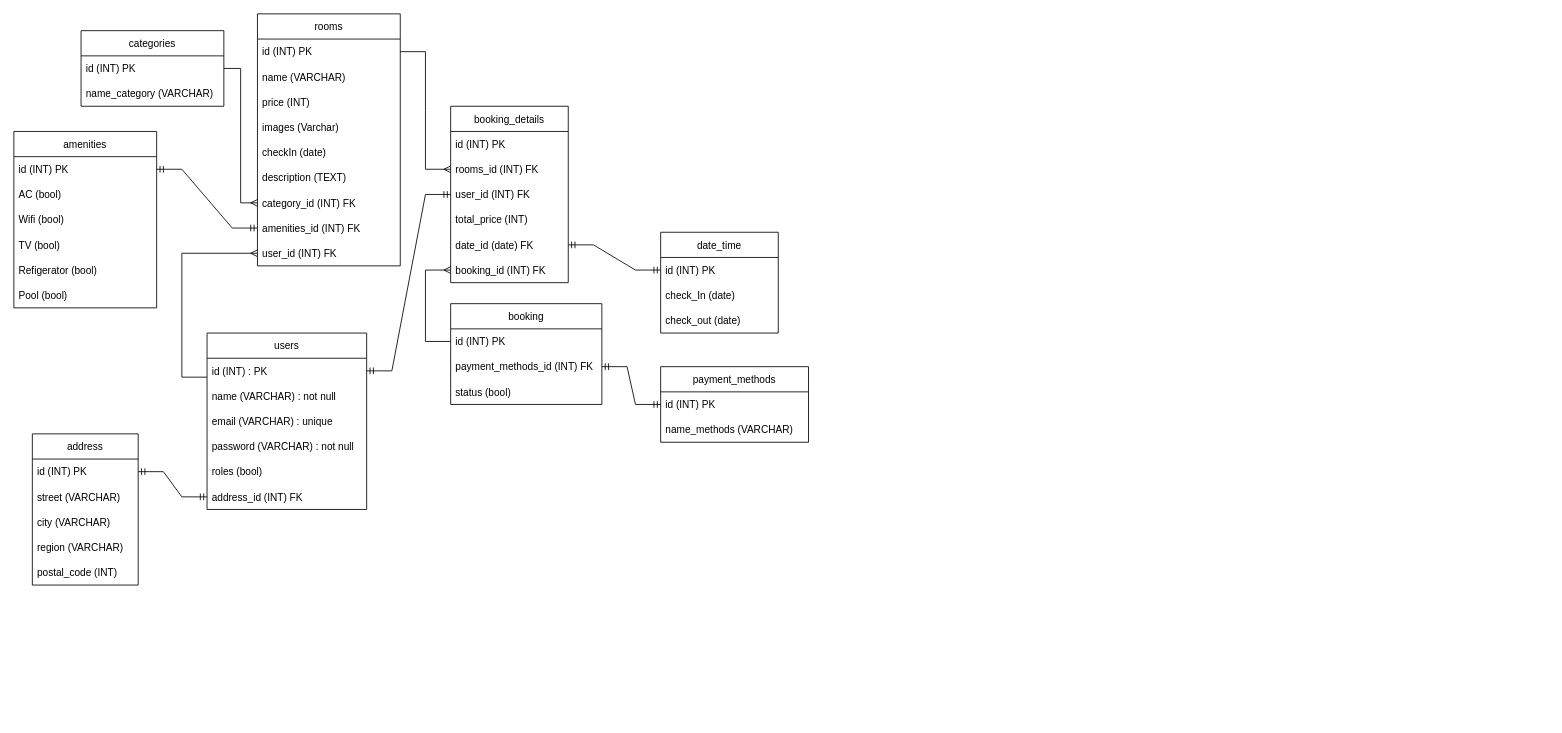
This is ERD.drawio from air-bnb-group-3/BE, a draw.io file, before an edit. Source tidied: cells renumbered, new cells numbered last; positions are measured from the earlier drawing's top-left corner, leaving out a move shared by most shapes. Both pictures are drawn from the tidied source at 84%, with x=0, y=0 at pixel (13, 13).
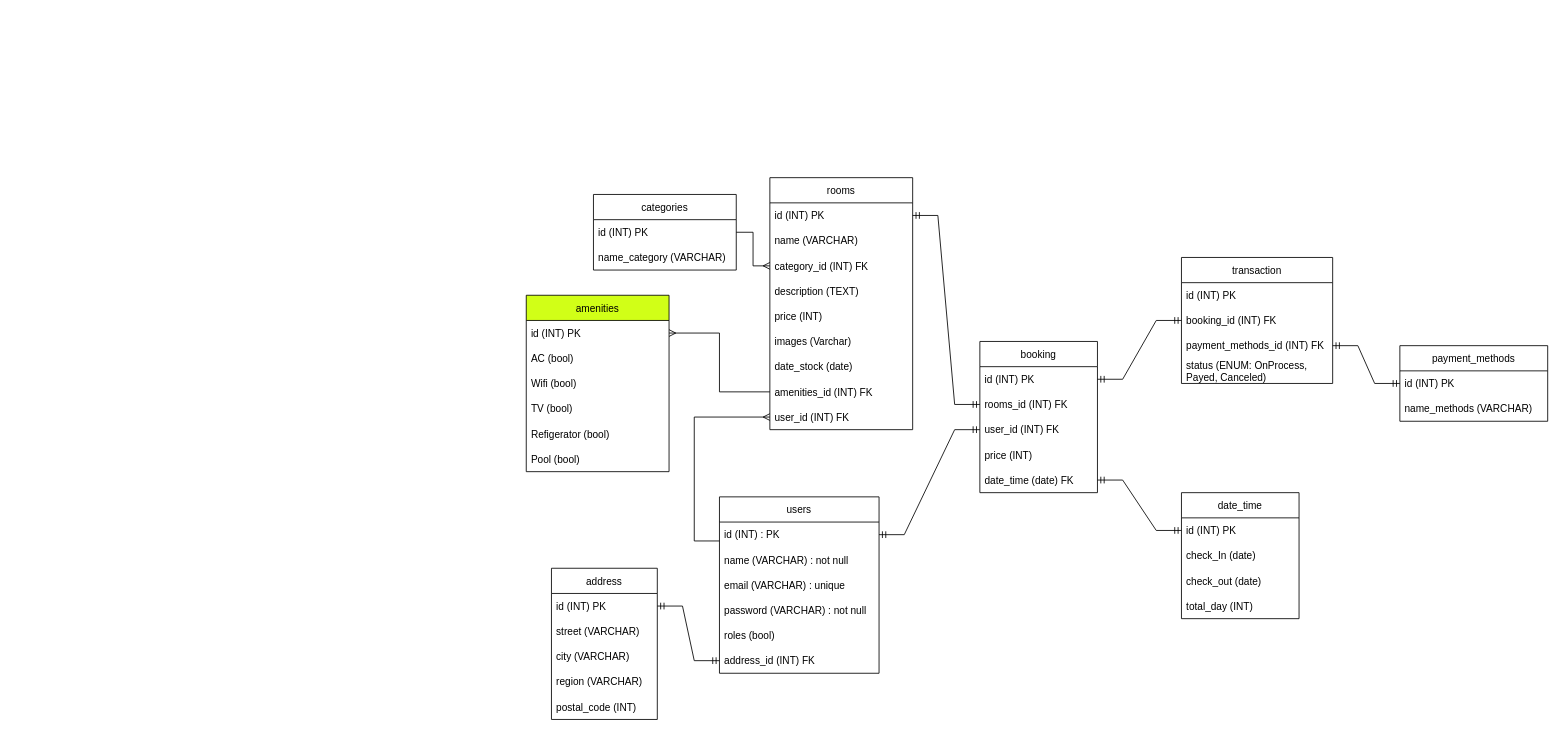
Above is the later version.

Unchanged cells that the change refers to:
```xml
<mxCell id="10" value="id (INT) PK" style="text;strokeColor=none;fillColor=none;align=left;verticalAlign=middle;spacingLeft=4;spacingRight=4;overflow=hidden;points=[[0,0.5],[1,0.5]];portConstraint=eastwest;" parent="9" vertex="1">
  <mxGeometry y="30" width="170" height="30" as="geometry" />
</mxCell>
<mxCell id="17" value="amenities_id (INT) FK" style="text;strokeColor=none;fillColor=none;align=left;verticalAlign=middle;spacingLeft=4;spacingRight=4;overflow=hidden;points=[[0,0.5],[1,0.5]];portConstraint=eastwest;" parent="9" vertex="1">
  <mxGeometry y="240" width="170" height="30" as="geometry" />
</mxCell>
<mxCell id="18" value="user_id (INT) FK" style="text;strokeColor=none;fillColor=none;align=left;verticalAlign=middle;spacingLeft=4;spacingRight=4;overflow=hidden;points=[[0,0.5],[1,0.5]];portConstraint=eastwest;" parent="9" vertex="1">
  <mxGeometry y="270" width="170" height="30" as="geometry" />
</mxCell>
<mxCell id="20" value="id (INT) PK" style="text;strokeColor=none;fillColor=none;align=left;verticalAlign=middle;spacingLeft=4;spacingRight=4;overflow=hidden;points=[[0,0.5],[1,0.5]];portConstraint=eastwest;" parent="19" vertex="1">
  <mxGeometry y="30" width="180" height="30" as="geometry" />
</mxCell>
<mxCell id="31" value="id (INT) PK" style="text;strokeColor=none;fillColor=none;align=left;verticalAlign=middle;spacingLeft=4;spacingRight=4;overflow=hidden;points=[[0,0.5],[1,0.5]];portConstraint=eastwest;" parent="30" vertex="1">
  <mxGeometry y="30" width="140" height="30" as="geometry" />
</mxCell>
<mxCell id="32" value="rooms_id (INT) FK" style="text;strokeColor=none;fillColor=none;align=left;verticalAlign=middle;spacingLeft=4;spacingRight=4;overflow=hidden;points=[[0,0.5],[1,0.5]];portConstraint=eastwest;" parent="30" vertex="1">
  <mxGeometry y="60" width="140" height="30" as="geometry" />
</mxCell>
<mxCell id="52" value="id (INT) PK" style="text;strokeColor=none;fillColor=none;align=left;verticalAlign=middle;spacingLeft=4;spacingRight=4;overflow=hidden;points=[[0,0.5],[1,0.5]];portConstraint=eastwest;" parent="51" vertex="1">
  <mxGeometry y="30" width="170" height="30" as="geometry" />
</mxCell>
```

What changed in the source:
```diff
@@
     <mxCell id="2" value="users" style="swimlane;fontStyle=0;horizontal=1;startSize=30;" parent="1" vertex="1">
-      <mxGeometry x="230" y="380" width="190" height="210" as="geometry" />
+      <mxGeometry x="840" y="575" width="190" height="210" as="geometry" />
     </mxCell>
@@
     <mxCell id="9" value="rooms" style="swimlane;fontStyle=0;horizontal=1;startSize=30;" parent="1" vertex="1">
-      <mxGeometry x="290" width="170" height="300" as="geometry" />
+      <mxGeometry x="900" y="195" width="170" height="300" as="geometry" />
     </mxCell>
@@
+    <mxCell id="16" value="category_id (INT) FK" style="text;strokeColor=none;fillColor=none;align=left;verticalAlign=middle;spacingLeft=4;spacingRight=4;overflow=hidden;points=[[0,0.5],[1,0.5]];portConstraint=eastwest;" parent="9" vertex="1">
+      <mxGeometry y="90" width="170" height="30" as="geometry" />
+    </mxCell>
+    <mxCell id="15" value="description (TEXT)" style="text;strokeColor=none;fillColor=none;align=left;verticalAlign=middle;spacingLeft=4;spacingRight=4;overflow=hidden;" parent="9" vertex="1">
+      <mxGeometry y="120" width="170" height="30" as="geometry" />
+    </mxCell>
     <mxCell id="12" value="price (INT)" style="text;strokeColor=none;fillColor=none;align=left;verticalAlign=middle;spacingLeft=4;spacingRight=4;overflow=hidden;" parent="9" vertex="1">
-      <mxGeometry y="90" width="170" height="30" as="geometry" />
+      <mxGeometry y="150" width="170" height="30" as="geometry" />
     </mxCell>
     <mxCell id="13" value="images (Varchar)" style="text;strokeColor=none;fillColor=none;align=left;verticalAlign=middle;spacingLeft=4;spacingRight=4;overflow=hidden;" parent="9" vertex="1">
-      <mxGeometry y="120" width="170" height="30" as="geometry" />
+      <mxGeometry y="180" width="170" height="30" as="geometry" />
     </mxCell>
-    <mxCell id="14" value="checkIn (date)" style="text;strokeColor=none;fillColor=none;align=left;verticalAlign=middle;spacingLeft=4;spacingRight=4;overflow=hidden;" parent="9" vertex="1">
-      <mxGeometry y="150" width="170" height="30" as="geometry" />
+    <mxCell id="14" value="date_stock (date)" style="text;strokeColor=none;fillColor=none;align=left;verticalAlign=middle;spacingLeft=4;spacingRight=4;overflow=hidden;" parent="9" vertex="1">
+      <mxGeometry y="210" width="170" height="30" as="geometry" />
     </mxCell>
-    <mxCell id="15" value="description (TEXT)" style="text;strokeColor=none;fillColor=none;align=left;verticalAlign=middle;spacingLeft=4;spacingRight=4;overflow=hidden;" parent="9" vertex="1">
-      <mxGeometry y="180" width="170" height="30" as="geometry" />
-    </mxCell>
-    <mxCell id="16" value="category_id (INT) FK" style="text;strokeColor=none;fillColor=none;align=left;verticalAlign=middle;spacingLeft=4;spacingRight=4;overflow=hidden;points=[[0,0.5],[1,0.5]];portConstraint=eastwest;" parent="9" vertex="1">
-      <mxGeometry y="210" width="170" height="30" as="geometry" />
-    </mxCell>
@@
-    <mxCell id="19" value="booking" style="swimlane;fontStyle=0;horizontal=1;startSize=30;" parent="1" vertex="1">
-      <mxGeometry x="520" y="345" width="180" height="120" as="geometry" />
+    <mxCell id="19" value="transaction" style="swimlane;fontStyle=0;horizontal=1;startSize=30;" parent="1" vertex="1">
+      <mxGeometry x="1390" y="290" width="180" height="150" as="geometry" />
     </mxCell>
@@
+    <mxCell id="36" value="booking_id (INT) FK" style="text;strokeColor=none;fillColor=none;align=left;verticalAlign=middle;spacingLeft=4;spacingRight=4;overflow=hidden;points=[[0,0.5],[1,0.5]];portConstraint=eastwest;" parent="19" vertex="1">
+      <mxGeometry y="60" width="180" height="30" as="geometry" />
+    </mxCell>
     <mxCell id="21" value="payment_methods_id (INT) FK" style="text;strokeColor=none;fillColor=none;align=left;verticalAlign=middle;spacingLeft=4;spacingRight=4;overflow=hidden;points=[[0,0.5],[1,0.5]];portConstraint=eastwest;" parent="19" vertex="1">
-      <mxGeometry y="60" width="180" height="30" as="geometry" />
+      <mxGeometry y="90" width="180" height="30" as="geometry" />
     </mxCell>
-    <mxCell id="22" value="status (bool)" style="text;strokeColor=none;fillColor=none;align=left;verticalAlign=middle;spacingLeft=4;spacingRight=4;overflow=hidden;" parent="19" vertex="1">
-      <mxGeometry y="90" width="180" height="30" as="geometry" />
+    <mxCell id="22" value="status (ENUM: OnProcess, &#10;Payed, Canceled)" style="text;strokeColor=none;fillColor=none;align=left;verticalAlign=middle;spacingLeft=4;spacingRight=4;overflow=hidden;" parent="19" vertex="1">
+      <mxGeometry y="120" width="180" height="30" as="geometry" />
     </mxCell>
     <mxCell id="23" value="address" style="swimlane;fontStyle=0;horizontal=1;startSize=30;" parent="1" vertex="1">
-      <mxGeometry x="22" y="500" width="126" height="180" as="geometry" />
+      <mxGeometry x="640" y="660" width="126" height="180" as="geometry" />
     </mxCell>
@@
-    <mxCell id="30" value="booking_details" style="swimlane;fontStyle=0;horizontal=1;startSize=30;" parent="1" vertex="1">
-      <mxGeometry x="520" y="110" width="140" height="210" as="geometry" />
+    <mxCell id="30" value="booking" style="swimlane;fontStyle=0;horizontal=1;startSize=30;" parent="1" vertex="1">
+      <mxGeometry x="1150" y="390" width="140" height="180" as="geometry" />
     </mxCell>
@@
-    <mxCell id="34" value="total_price (INT)" style="text;strokeColor=none;fillColor=none;align=left;verticalAlign=middle;spacingLeft=4;spacingRight=4;overflow=hidden;" parent="30" vertex="1">
+    <mxCell id="34" value="price (INT)" style="text;strokeColor=none;fillColor=none;align=left;verticalAlign=middle;spacingLeft=4;spacingRight=4;overflow=hidden;" parent="30" vertex="1">
       <mxGeometry y="120" width="140" height="30" as="geometry" />
     </mxCell>
-    <mxCell id="35" value="date_id (date) FK" style="text;strokeColor=none;fillColor=none;align=left;verticalAlign=middle;spacingLeft=4;spacingRight=4;overflow=hidden;points=[[0,0.5],[1,0.5]];portConstraint=eastwest;" parent="30" vertex="1">
+    <mxCell id="35" value="date_time (date) FK" style="text;strokeColor=none;fillColor=none;align=left;verticalAlign=middle;spacingLeft=4;spacingRight=4;overflow=hidden;points=[[0,0.5],[1,0.5]];portConstraint=eastwest;" parent="30" vertex="1">
       <mxGeometry y="150" width="140" height="30" as="geometry" />
     </mxCell>
-    <mxCell id="36" value="booking_id (INT) FK" style="text;strokeColor=none;fillColor=none;align=left;verticalAlign=middle;spacingLeft=4;spacingRight=4;overflow=hidden;points=[[0,0.5],[1,0.5]];portConstraint=eastwest;" parent="30" vertex="1">
-      <mxGeometry y="180" width="140" height="30" as="geometry" />
-    </mxCell>
@@
-    <mxCell id="38" style="edgeStyle=entityRelationEdgeStyle;fontSize=12;html=1;endArrow=ERmany;rounded=0;exitX=1;exitY=0.5;exitDx=0;exitDy=0;entryX=0;entryY=0.5;entryDx=0;entryDy=0;" parent="1" edge="1" source="10" target="32">
-      <mxGeometry relative="1" as="geometry" />
-    </mxCell>
     <mxCell id="39" value="payment_methods" style="swimlane;fontStyle=0;horizontal=1;startSize=30;" parent="1" vertex="1">
-      <mxGeometry x="770" y="420" width="176" height="90" as="geometry" />
+      <mxGeometry x="1650" y="395" width="176" height="90" as="geometry" />
     </mxCell>
@@
-    <mxCell id="43" style="edgeStyle=elbowEdgeStyle;fontSize=12;html=1;endArrow=ERmany;rounded=0;exitX=0;exitY=0.5;exitDx=0;exitDy=0;entryX=0;entryY=0.5;entryDx=0;entryDy=0;" parent="1" edge="1" source="20" target="36">
-      <mxGeometry relative="1" as="geometry">
-        <Array as="points">
-          <mxPoint x="490" y="340" />
-        </Array>
-      </mxGeometry>
-    </mxCell>
@@
     <mxCell id="45" value="date_time" style="swimlane;fontStyle=0;horizontal=1;startSize=30;" parent="1" vertex="1">
-      <mxGeometry x="770" y="260" width="140" height="120" as="geometry" />
+      <mxGeometry x="1390" y="570" width="140" height="150" as="geometry" />
     </mxCell>
@@
+    <mxCell id="62" value="total_day (INT)" style="text;strokeColor=none;fillColor=none;align=left;verticalAlign=middle;spacingLeft=4;spacingRight=4;overflow=hidden;" parent="45" vertex="1">
+      <mxGeometry y="120" width="140" height="30" as="geometry" />
+    </mxCell>
@@
     <mxCell id="50" style="edgeStyle=elbowEdgeStyle;fontSize=12;html=1;endArrow=ERmany;rounded=0;exitX=0;exitY=0.25;exitDx=0;exitDy=0;entryX=0;entryY=0.5;entryDx=0;entryDy=0;" parent="1" edge="1" source="2" target="18">
       <mxGeometry relative="1" as="geometry">
         <Array as="points">
-          <mxPoint x="200" y="400" />
+          <mxPoint x="810" y="595" />
         </Array>
       </mxGeometry>
     </mxCell>
-    <mxCell id="51" value="amenities" style="swimlane;fontStyle=0;horizontal=1;startSize=30;" parent="1" vertex="1">
-      <mxGeometry y="140" width="170" height="210" as="geometry" />
+    <mxCell id="51" value="amenities" style="swimlane;fontStyle=0;horizontal=1;startSize=30;fillColor=#D1FF17;" parent="1" vertex="1">
+      <mxGeometry x="610" y="335" width="170" height="210" as="geometry" />
     </mxCell>
@@
     <mxCell id="58" value="categories" style="swimlane;fontStyle=0;horizontal=1;startSize=30;" parent="1" vertex="1">
-      <mxGeometry x="80" y="20" width="170" height="90" as="geometry" />
+      <mxGeometry x="690" y="215" width="170" height="90" as="geometry" />
     </mxCell>
@@
-    <mxCell id="61" style="edgeStyle=entityRelationEdgeStyle;fontSize=12;html=1;endArrow=ERmandOne;startArrow=ERmandOne;rounded=0;entryX=1;entryY=0.5;entryDx=0;entryDy=0;exitX=0;exitY=0.5;exitDx=0;exitDy=0;" parent="1" edge="1" source="17" target="52">
+    <mxCell id="61" style="edgeStyle=elbowEdgeStyle;fontSize=12;html=1;endArrow=ERmany;rounded=0;exitX=0;exitY=0.5;exitDx=0;exitDy=0;entryX=1;entryY=0.5;entryDx=0;entryDy=0;" parent="1" edge="1" source="17" target="52">
       <mxGeometry relative="1" as="geometry" />
     </mxCell>
+    <mxCell id="63" style="edgeStyle=entityRelationEdgeStyle;fontSize=12;html=1;endArrow=ERmandOne;startArrow=ERmandOne;rounded=0;entryX=1;entryY=0.5;entryDx=0;entryDy=0;exitX=0;exitY=0.5;exitDx=0;exitDy=0;" parent="1" edge="1" source="36" target="31">
+      <mxGeometry relative="1" as="geometry" />
+    </mxCell>
+    <mxCell id="64" style="edgeStyle=entityRelationEdgeStyle;fontSize=12;html=1;endArrow=ERmandOne;startArrow=ERmandOne;rounded=0;entryX=1;entryY=0.5;entryDx=0;entryDy=0;exitX=0;exitY=0.5;exitDx=0;exitDy=0;" parent="1" edge="1" source="32" target="10">
+      <mxGeometry relative="1" as="geometry" />
+    </mxCell>
```
